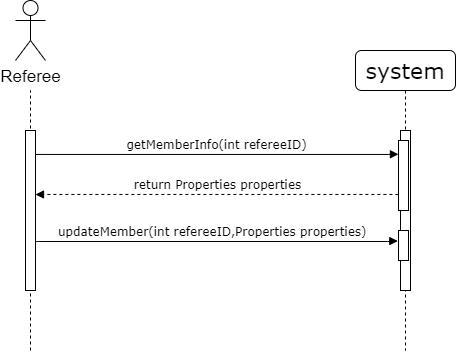
This is doc/use_cases/diagrams/ssd_ref/updateRef.png from Zshoham/Morbis, a draw.io export, as it was before one commit. Source tidied: cells renumbered, new cells last; positions are measured from the earlier drawing's top-left corner, leaving out a move shared by most shapes. Source of this version:
```xml
<mxGraphModel background="#ffffff">
  <root>
    <mxCell id="0" />
    <mxCell id="1" parent="0" />
    <mxCell id="2" style="endArrow=none;dashed=1;html=1;" parent="1" edge="1">
      <mxGeometry relative="1" as="geometry">
        <mxPoint x="15" y="350" as="sourcePoint" />
        <mxPoint x="15" y="90" as="targetPoint" />
      </mxGeometry>
    </mxCell>
    <mxCell id="3" value="&lt;span style=&quot;font-size: 22px&quot;&gt;system&lt;/span&gt;" style="shape=umlLifeline;perimeter=lifelinePerimeter;whiteSpace=wrap;html=1;rounded=1;shadow=0;comic=0;labelBackgroundColor=none;strokeWidth=1;fontFamily=Verdana;fontSize=12;align=center;" parent="1" vertex="1">
      <mxGeometry x="340" y="50" width="100" height="300" as="geometry" />
    </mxCell>
    <mxCell id="4" style="html=1;perimeter=orthogonalPerimeter;rounded=0;shadow=0;comic=0;labelBackgroundColor=none;strokeWidth=1;fontFamily=Verdana;fontSize=12;align=center;" parent="3" vertex="1">
      <mxGeometry x="45" y="80" width="10" height="160" as="geometry" />
    </mxCell>
    <mxCell id="5" style="html=1;points=[];perimeter=orthogonalPerimeter;rounded=0;shadow=0;comic=0;labelBackgroundColor=none;strokeWidth=1;fontFamily=Verdana;fontSize=12;align=center;" parent="3" vertex="1">
      <mxGeometry x="43" y="90" width="10" height="70" as="geometry" />
    </mxCell>
    <mxCell id="6" style="html=1;perimeter=orthogonalPerimeter;rounded=0;shadow=0;comic=0;labelBackgroundColor=none;strokeWidth=1;fontFamily=Verdana;fontSize=12;align=center;" parent="3" vertex="1">
      <mxGeometry x="43" y="180" width="10" height="30" as="geometry" />
    </mxCell>
    <mxCell id="7" value="getMemberInfo(int refereeID)" style="html=1;verticalAlign=bottom;endArrow=block;labelBackgroundColor=none;fontFamily=Verdana;fontSize=12;edgeStyle=elbowEdgeStyle;elbow=vertical;exitX=1.028;exitY=0.148;exitDx=0;exitDy=0;exitPerimeter=0;entryX=-0.006;entryY=0.197;entryDx=0;entryDy=0;entryPerimeter=0;" parent="1" edge="1" source="8">
      <mxGeometry relative="1" as="geometry">
        <mxPoint x="382.9" y="153.8" as="targetPoint" />
      </mxGeometry>
    </mxCell>
    <mxCell id="8" style="html=1;points=[];perimeter=orthogonalPerimeter;rounded=0;shadow=0;comic=0;labelBackgroundColor=none;strokeWidth=1;fontFamily=Verdana;fontSize=12;align=center;" parent="1" vertex="1">
      <mxGeometry x="10" y="130" width="10" height="160" as="geometry" />
    </mxCell>
    <mxCell id="9" value="Referee" style="shape=umlActor;verticalLabelPosition=bottom;labelBackgroundColor=#ffffff;verticalAlign=top;html=1;fontSize=17;" parent="1" vertex="1">
      <mxGeometry width="30" height="60" as="geometry" />
    </mxCell>
    <mxCell id="10" value="return Properties properties" style="html=1;verticalAlign=bottom;endArrow=block;labelBackgroundColor=none;fontFamily=Verdana;fontSize=12;edgeStyle=elbowEdgeStyle;elbow=vertical;exitX=-0.034;exitY=0.762;exitDx=0;exitDy=0;exitPerimeter=0;dashed=1;" parent="1" edge="1">
      <mxGeometry relative="1" as="geometry">
        <mxPoint x="382.7" y="194.3" as="sourcePoint" />
        <mxPoint x="20" y="194" as="targetPoint" />
      </mxGeometry>
    </mxCell>
    <mxCell id="11" value="updateMember(int refereeID,Properties properties)&amp;nbsp;&amp;nbsp;" style="html=1;verticalAlign=bottom;endArrow=block;labelBackgroundColor=none;fontFamily=Verdana;fontSize=12;edgeStyle=elbowEdgeStyle;elbow=vertical;exitX=1.028;exitY=0.775;exitDx=0;exitDy=0;exitPerimeter=0;entryX=-0.271;entryY=0.691;entryDx=0;entryDy=0;entryPerimeter=0;" parent="1" edge="1">
      <mxGeometry relative="1" as="geometry">
        <mxPoint x="20.3" y="242" as="sourcePoint" />
        <mxPoint x="382.3" y="240.6" as="targetPoint" />
        <Array as="points">
          <mxPoint x="118" y="241" />
        </Array>
      </mxGeometry>
    </mxCell>
  </root>
</mxGraphModel>
```
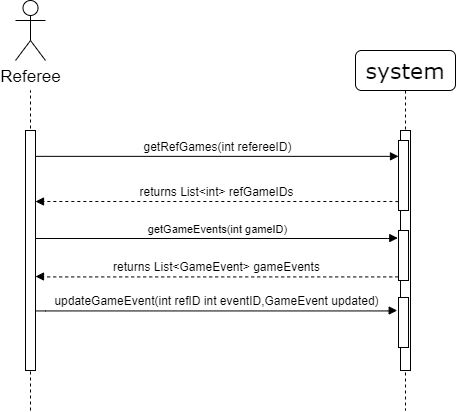
The same diagram one commit later.

Change to the diagram source:
```diff
@@ -4,47 +4,63 @@
     <mxCell id="1" parent="0" />
     <mxCell id="2" style="endArrow=none;dashed=1;html=1;" parent="1" edge="1">
       <mxGeometry relative="1" as="geometry">
-        <mxPoint x="15" y="350" as="sourcePoint" />
+        <mxPoint x="15" y="410" as="sourcePoint" />
         <mxPoint x="15" y="90" as="targetPoint" />
       </mxGeometry>
     </mxCell>
     <mxCell id="3" value="&lt;span style=&quot;font-size: 22px&quot;&gt;system&lt;/span&gt;" style="shape=umlLifeline;perimeter=lifelinePerimeter;whiteSpace=wrap;html=1;rounded=1;shadow=0;comic=0;labelBackgroundColor=none;strokeWidth=1;fontFamily=Verdana;fontSize=12;align=center;" parent="1" vertex="1">
-      <mxGeometry x="340" y="50" width="100" height="300" as="geometry" />
+      <mxGeometry x="340" y="50" width="100" height="360" as="geometry" />
     </mxCell>
     <mxCell id="4" style="html=1;perimeter=orthogonalPerimeter;rounded=0;shadow=0;comic=0;labelBackgroundColor=none;strokeWidth=1;fontFamily=Verdana;fontSize=12;align=center;" parent="3" vertex="1">
-      <mxGeometry x="45" y="80" width="10" height="160" as="geometry" />
+      <mxGeometry x="45" y="80" width="10" height="240" as="geometry" />
     </mxCell>
     <mxCell id="5" style="html=1;points=[];perimeter=orthogonalPerimeter;rounded=0;shadow=0;comic=0;labelBackgroundColor=none;strokeWidth=1;fontFamily=Verdana;fontSize=12;align=center;" parent="3" vertex="1">
       <mxGeometry x="43" y="90" width="10" height="70" as="geometry" />
     </mxCell>
     <mxCell id="6" style="html=1;perimeter=orthogonalPerimeter;rounded=0;shadow=0;comic=0;labelBackgroundColor=none;strokeWidth=1;fontFamily=Verdana;fontSize=12;align=center;" parent="3" vertex="1">
-      <mxGeometry x="43" y="180" width="10" height="30" as="geometry" />
+      <mxGeometry x="43" y="180" width="10" height="50" as="geometry" />
     </mxCell>
+    <mxCell id="12" style="html=1;perimeter=orthogonalPerimeter;rounded=0;shadow=0;comic=0;labelBackgroundColor=none;strokeWidth=1;fontFamily=Verdana;fontSize=12;align=center;" parent="3" vertex="1">
+      <mxGeometry x="43" y="247" width="10" height="50" as="geometry" />
+    </mxCell>
-    <mxCell id="7" value="getMemberInfo(int refereeID)" style="html=1;verticalAlign=bottom;endArrow=block;labelBackgroundColor=none;fontFamily=Verdana;fontSize=12;edgeStyle=elbowEdgeStyle;elbow=vertical;exitX=1.028;exitY=0.148;exitDx=0;exitDy=0;exitPerimeter=0;entryX=-0.006;entryY=0.197;entryDx=0;entryDy=0;entryPerimeter=0;" parent="1" edge="1" source="8">
-      <mxGeometry relative="1" as="geometry">
-        <mxPoint x="382.9" y="153.8" as="targetPoint" />
-      </mxGeometry>
+    <mxCell id="7" value="&lt;span style=&quot;font-family: &amp;#34;helvetica&amp;#34; ; background-color: rgb(255 , 255 , 255)&quot;&gt;getRefGames(int refereeID)&lt;/span&gt;" style="html=1;verticalAlign=bottom;endArrow=block;labelBackgroundColor=none;fontFamily=Verdana;fontSize=12;edgeStyle=elbowEdgeStyle;elbow=vertical;exitX=1.022;exitY=0.107;exitDx=0;exitDy=0;exitPerimeter=0;" parent="1" edge="1" source="8" target="5">
+      <mxGeometry relative="1" as="geometry" />
     </mxCell>
     <mxCell id="8" style="html=1;points=[];perimeter=orthogonalPerimeter;rounded=0;shadow=0;comic=0;labelBackgroundColor=none;strokeWidth=1;fontFamily=Verdana;fontSize=12;align=center;" parent="1" vertex="1">
-      <mxGeometry x="10" y="130" width="10" height="160" as="geometry" />
+      <mxGeometry x="10" y="130" width="10" height="240" as="geometry" />
     </mxCell>
     <mxCell id="9" value="Referee" style="shape=umlActor;verticalLabelPosition=bottom;labelBackgroundColor=#ffffff;verticalAlign=top;html=1;fontSize=17;" parent="1" vertex="1">
       <mxGeometry width="30" height="60" as="geometry" />
     </mxCell>
-    <mxCell id="10" value="return Properties properties" style="html=1;verticalAlign=bottom;endArrow=block;labelBackgroundColor=none;fontFamily=Verdana;fontSize=12;edgeStyle=elbowEdgeStyle;elbow=vertical;exitX=-0.034;exitY=0.762;exitDx=0;exitDy=0;exitPerimeter=0;dashed=1;" parent="1" edge="1">
+    <mxCell id="10" value="&lt;span style=&quot;font-family: &amp;#34;helvetica&amp;#34; ; background-color: rgb(255 , 255 , 255)&quot;&gt;returns List&amp;lt;int&amp;gt; refGameIDs&lt;/span&gt;" style="html=1;verticalAlign=bottom;endArrow=block;labelBackgroundColor=none;fontFamily=Verdana;fontSize=12;edgeStyle=elbowEdgeStyle;elbow=vertical;exitX=-0.034;exitY=0.762;exitDx=0;exitDy=0;exitPerimeter=0;dashed=1;" parent="1" edge="1">
       <mxGeometry relative="1" as="geometry">
-        <mxPoint x="382.7" y="194.3" as="sourcePoint" />
-        <mxPoint x="20" y="194" as="targetPoint" />
+        <mxPoint x="382.7" y="201.3" as="sourcePoint" />
+        <mxPoint x="20" y="201" as="targetPoint" />
       </mxGeometry>
     </mxCell>
-    <mxCell id="11" value="updateMember(int refereeID,Properties properties)&amp;nbsp;&amp;nbsp;" style="html=1;verticalAlign=bottom;endArrow=block;labelBackgroundColor=none;fontFamily=Verdana;fontSize=12;edgeStyle=elbowEdgeStyle;elbow=vertical;exitX=1.028;exitY=0.775;exitDx=0;exitDy=0;exitPerimeter=0;entryX=-0.271;entryY=0.691;entryDx=0;entryDy=0;entryPerimeter=0;" parent="1" edge="1">
+    <mxCell id="11" value="&lt;span style=&quot;font-family: &amp;#34;helvetica&amp;#34; ; font-size: 11px ; background-color: rgb(255 , 255 , 255)&quot;&gt;getGameEvents(int gameID)&lt;/span&gt;" style="html=1;verticalAlign=bottom;endArrow=block;labelBackgroundColor=none;fontFamily=Verdana;fontSize=12;edgeStyle=elbowEdgeStyle;elbow=vertical;exitX=1.06;exitY=0.483;exitDx=0;exitDy=0;exitPerimeter=0;entryX=-0.271;entryY=0.691;entryDx=0;entryDy=0;entryPerimeter=0;" parent="1" edge="1">
       <mxGeometry relative="1" as="geometry">
-        <mxPoint x="20.3" y="242" as="sourcePoint" />
-        <mxPoint x="382.3" y="240.6" as="targetPoint" />
+        <mxPoint x="20.6" y="238.1" as="sourcePoint" />
+        <mxPoint x="382.3" y="237.6" as="targetPoint" />
         <Array as="points">
-          <mxPoint x="118" y="241" />
+          <mxPoint x="118" y="238" />
         </Array>
       </mxGeometry>
     </mxCell>
+    <mxCell id="13" value="&lt;span style=&quot;font-family: &amp;#34;helvetica&amp;#34; ; background-color: rgb(255 , 255 , 255)&quot;&gt;returns List&amp;lt;GameEvent&amp;gt; gameEvents&lt;/span&gt;" style="html=1;verticalAlign=bottom;endArrow=block;labelBackgroundColor=none;fontFamily=Verdana;fontSize=12;edgeStyle=elbowEdgeStyle;elbow=vertical;exitX=-0.034;exitY=0.762;exitDx=0;exitDy=0;exitPerimeter=0;dashed=1;" parent="1" edge="1">
+      <mxGeometry relative="1" as="geometry">
+        <mxPoint x="382.7" y="276.3" as="sourcePoint" />
+        <mxPoint x="20" y="276" as="targetPoint" />
+      </mxGeometry>
+    </mxCell>
+    <mxCell id="14" value="&lt;span style=&quot;font-family: &amp;#34;helvetica&amp;#34; ; background-color: rgb(255 , 255 , 255)&quot;&gt;updateGameEvent(int refID int eventID,GameEvent updated)&lt;/span&gt;" style="html=1;verticalAlign=bottom;endArrow=block;labelBackgroundColor=none;fontFamily=Verdana;fontSize=12;edgeStyle=elbowEdgeStyle;elbow=vertical;exitX=1.06;exitY=0.483;exitDx=0;exitDy=0;exitPerimeter=0;entryX=-0.271;entryY=0.691;entryDx=0;entryDy=0;entryPerimeter=0;" parent="1" edge="1">
+      <mxGeometry relative="1" as="geometry">
+        <mxPoint x="20" y="310.5" as="sourcePoint" />
+        <mxPoint x="381.7" y="310" as="targetPoint" />
+        <Array as="points">
+          <mxPoint x="117.4" y="310.4" />
+        </Array>
+      </mxGeometry>
+    </mxCell>
   </root>
 </mxGraphModel>
```
